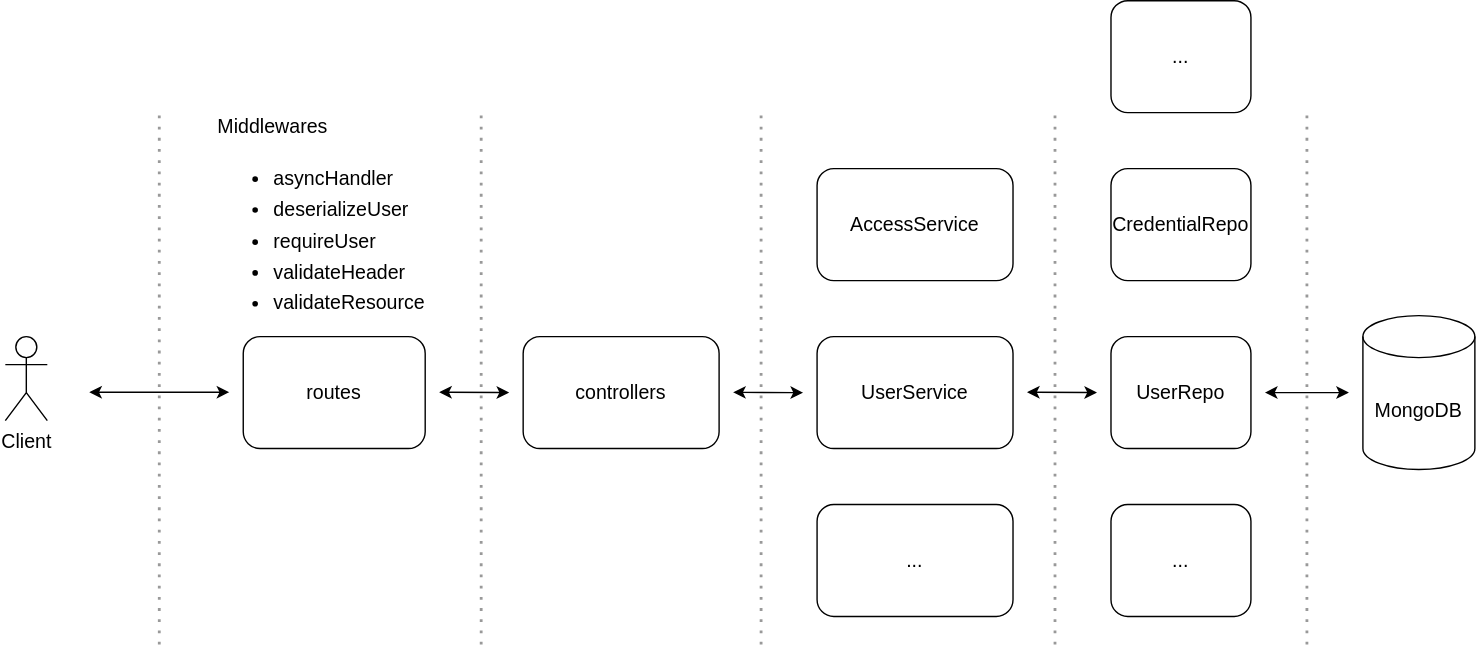
Earlier version of the draw.io export docs/meca-be-workflow.drawio.svg (NhutHuyDev/meca). Source tidied: cells renumbered, new cells last; positions are measured from the earlier drawing's top-left corner, leaving out a move shared by most shapes.
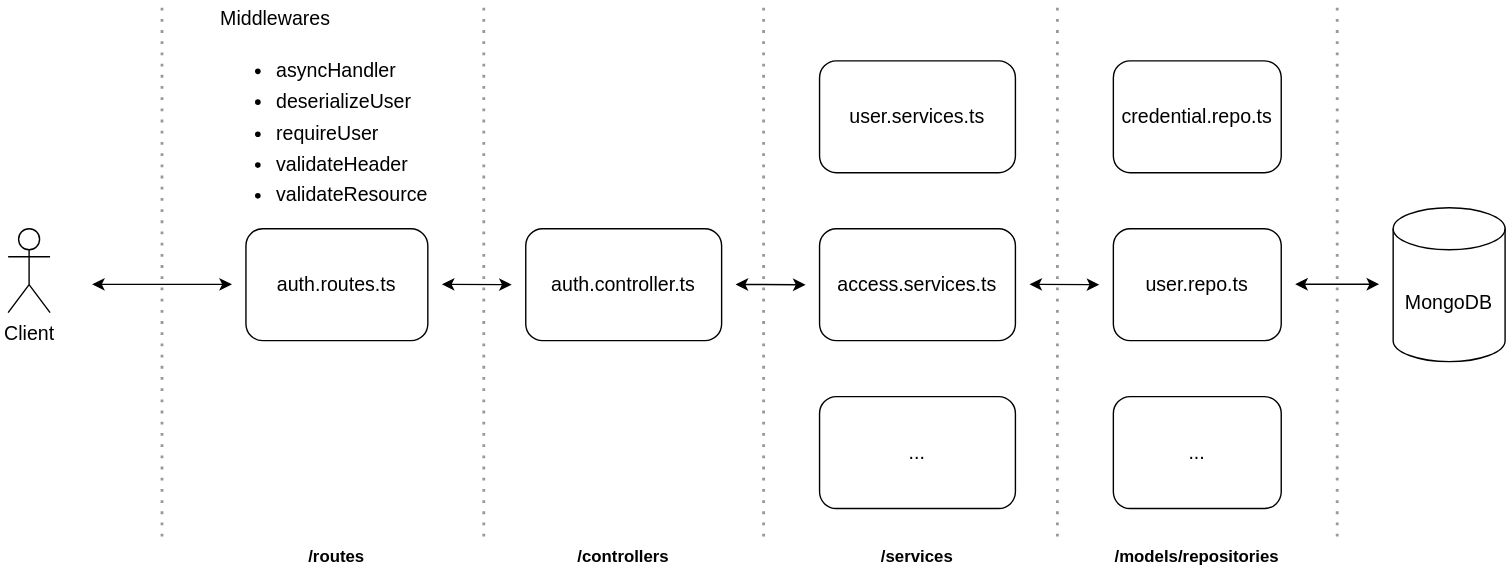
The same diagram one commit later.

What changed in the source:
```diff
@@ -2,7 +2,7 @@
   <root>
     <mxCell id="0" />
     <mxCell id="1" parent="0" />
-    <mxCell id="2" value="routes" style="rounded=1;whiteSpace=wrap;html=1;fontSize=14;" parent="1" vertex="1">
+    <mxCell id="2" value="auth.routes.ts" style="rounded=1;whiteSpace=wrap;html=1;fontSize=14;" parent="1" vertex="1">
       <mxGeometry x="170" y="240" width="130" height="80" as="geometry" />
     </mxCell>
     <mxCell id="3" value="Client" style="shape=umlActor;verticalLabelPosition=bottom;verticalAlign=top;html=1;fontSize=14;" parent="1" vertex="1">
@@ -11,32 +11,29 @@
     <mxCell id="4" value="&lt;div style=&quot;line-height: 160%; font-size: 14px;&quot;&gt;&lt;span style=&quot;background-color: initial; font-size: 14px;&quot;&gt;Middlewares&lt;/span&gt;&lt;/div&gt;&lt;ul style=&quot;line-height: 160%; font-size: 14px;&quot;&gt;&lt;li style=&quot;font-size: 14px;&quot;&gt;asyncHandler&lt;/li&gt;&lt;li style=&quot;font-size: 14px;&quot;&gt;deserializeUser&lt;br style=&quot;font-size: 14px;&quot;&gt;&lt;/li&gt;&lt;li style=&quot;font-size: 14px;&quot;&gt;requireUser&lt;br style=&quot;font-size: 14px;&quot;&gt;&lt;/li&gt;&lt;li style=&quot;border-color: var(--border-color); font-size: 14px;&quot;&gt;validateHeader&lt;/li&gt;&lt;li style=&quot;border-color: var(--border-color); font-size: 14px;&quot;&gt;validateResource&lt;/li&gt;&lt;/ul&gt;" style="text;html=1;strokeColor=none;fillColor=none;align=left;verticalAlign=middle;whiteSpace=wrap;rounded=0;fontSize=14;" parent="1" vertex="1">
       <mxGeometry x="150" y="145" width="140" height="30" as="geometry" />
     </mxCell>
-    <mxCell id="5" value="controllers" style="rounded=1;whiteSpace=wrap;html=1;fontSize=14;" parent="1" vertex="1">
+    <mxCell id="5" value="auth.controller.ts" style="rounded=1;whiteSpace=wrap;html=1;fontSize=14;" parent="1" vertex="1">
       <mxGeometry x="370" y="240" width="140" height="80" as="geometry" />
     </mxCell>
-    <mxCell id="6" value="AccessService" style="rounded=1;whiteSpace=wrap;html=1;fontSize=14;" parent="1" vertex="1">
+    <mxCell id="6" value="user.services.ts" style="rounded=1;whiteSpace=wrap;html=1;fontSize=14;" parent="1" vertex="1">
       <mxGeometry x="580" y="120" width="140" height="80" as="geometry" />
     </mxCell>
-    <mxCell id="7" value="UserService" style="rounded=1;whiteSpace=wrap;html=1;fontSize=14;" parent="1" vertex="1">
+    <mxCell id="7" value="access.services.ts" style="rounded=1;whiteSpace=wrap;html=1;fontSize=14;" parent="1" vertex="1">
       <mxGeometry x="580" y="240" width="140" height="80" as="geometry" />
     </mxCell>
     <mxCell id="8" value="..." style="rounded=1;whiteSpace=wrap;html=1;fontSize=14;" parent="1" vertex="1">
       <mxGeometry x="580" y="360" width="140" height="80" as="geometry" />
     </mxCell>
-    <mxCell id="9" value="CredentialRepo" style="rounded=1;whiteSpace=wrap;html=1;fontSize=14;" parent="1" vertex="1">
-      <mxGeometry x="790" y="120" width="100" height="80" as="geometry" />
+    <mxCell id="9" value="credential.repo.ts" style="rounded=1;whiteSpace=wrap;html=1;fontSize=14;" parent="1" vertex="1">
+      <mxGeometry x="790" y="120" width="120" height="80" as="geometry" />
     </mxCell>
-    <mxCell id="10" value="UserRepo" style="rounded=1;whiteSpace=wrap;html=1;fontSize=14;" parent="1" vertex="1">
-      <mxGeometry x="790" y="240" width="100" height="80" as="geometry" />
+    <mxCell id="10" value="user.repo.ts" style="rounded=1;whiteSpace=wrap;html=1;fontSize=14;" parent="1" vertex="1">
+      <mxGeometry x="790" y="240" width="120" height="80" as="geometry" />
     </mxCell>
-    <mxCell id="11" value="..." style="rounded=1;whiteSpace=wrap;html=1;fontSize=14;" parent="1" vertex="1">
-      <mxGeometry x="790" width="100" height="80" as="geometry" />
-    </mxCell>
     <mxCell id="12" value="..." style="rounded=1;whiteSpace=wrap;html=1;fontSize=14;" parent="1" vertex="1">
-      <mxGeometry x="790" y="360" width="100" height="80" as="geometry" />
+      <mxGeometry x="790" y="360" width="120" height="80" as="geometry" />
     </mxCell>
     <mxCell id="13" value="MongoDB" style="shape=cylinder3;whiteSpace=wrap;html=1;boundedLbl=1;backgroundOutline=1;size=15;fontSize=14;" parent="1" vertex="1">
-      <mxGeometry x="970" y="225" width="80" height="110" as="geometry" />
+      <mxGeometry x="990" y="225" width="80" height="110" as="geometry" />
     </mxCell>
     <mxCell id="14" style="endArrow=classic;startArrow=classic;html=1;rounded=0;fontSize=14;" parent="1" edge="1">
       <mxGeometry relative="1" as="geometry">
@@ -64,8 +61,8 @@
     </mxCell>
     <mxCell id="18" style="endArrow=classic;startArrow=classic;html=1;rounded=0;fontSize=14;" parent="1" edge="1">
       <mxGeometry relative="1" as="geometry">
-        <mxPoint x="960" y="280" as="sourcePoint" />
-        <mxPoint x="900" y="280" as="targetPoint" />
+        <mxPoint x="980" y="279.7" as="sourcePoint" />
+        <mxPoint x="920" y="279.7" as="targetPoint" />
       </mxGeometry>
     </mxCell>
     <mxCell id="19" style="endArrow=none;dashed=1;html=1;dashPattern=1 3;strokeWidth=2;rounded=0;fontColor=#CCCCCC;strokeColor=#999999;fontSize=14;" parent="1" edge="1">
@@ -94,9 +91,21 @@
     </mxCell>
     <mxCell id="23" style="endArrow=none;dashed=1;html=1;dashPattern=1 3;strokeWidth=2;rounded=0;fontColor=#CCCCCC;strokeColor=#999999;fontSize=14;" parent="1" edge="1">
       <mxGeometry relative="1" as="geometry">
-        <mxPoint x="930" y="460" as="sourcePoint" />
-        <mxPoint x="930" y="80" as="targetPoint" />
+        <mxPoint x="950" y="460" as="sourcePoint" />
+        <mxPoint x="950" y="80" as="targetPoint" />
       </mxGeometry>
     </mxCell>
+    <mxCell id="24" value="&lt;b&gt;/routes&lt;/b&gt;" style="text;html=1;strokeColor=none;fillColor=none;align=center;verticalAlign=middle;whiteSpace=wrap;rounded=0;" parent="1" vertex="1">
+      <mxGeometry x="205" y="460" width="60" height="30" as="geometry" />
+    </mxCell>
+    <mxCell id="25" value="&lt;b&gt;/controllers&lt;/b&gt;" style="text;html=1;strokeColor=none;fillColor=none;align=center;verticalAlign=middle;whiteSpace=wrap;rounded=0;" parent="1" vertex="1">
+      <mxGeometry x="410" y="460" width="60" height="30" as="geometry" />
+    </mxCell>
+    <mxCell id="26" value="&lt;b&gt;/services&lt;/b&gt;" style="text;html=1;strokeColor=none;fillColor=none;align=center;verticalAlign=middle;whiteSpace=wrap;rounded=0;" parent="1" vertex="1">
+      <mxGeometry x="620" y="460" width="60" height="30" as="geometry" />
+    </mxCell>
+    <mxCell id="27" value="&lt;b&gt;/models/repositories&lt;/b&gt;" style="text;html=1;strokeColor=none;fillColor=none;align=center;verticalAlign=middle;whiteSpace=wrap;rounded=0;" parent="1" vertex="1">
+      <mxGeometry x="820" y="460" width="60" height="30" as="geometry" />
+    </mxCell>
   </root>
 </mxGraphModel>
```
